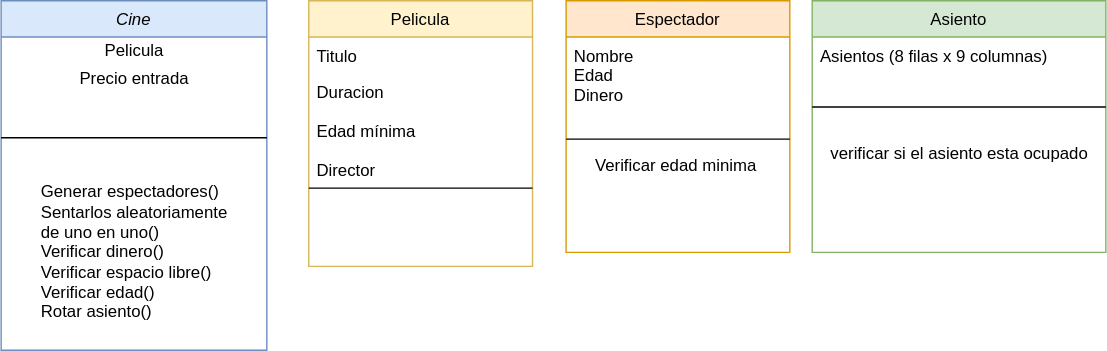
The draw.io diagram Untitled Diagram.drawio.svg in AidaQ27/UN09-EQUIPO6, before a commit. Source tidied: cells renumbered, new cells last; positions are measured from the earlier drawing's top-left corner, leaving out a move shared by most shapes.
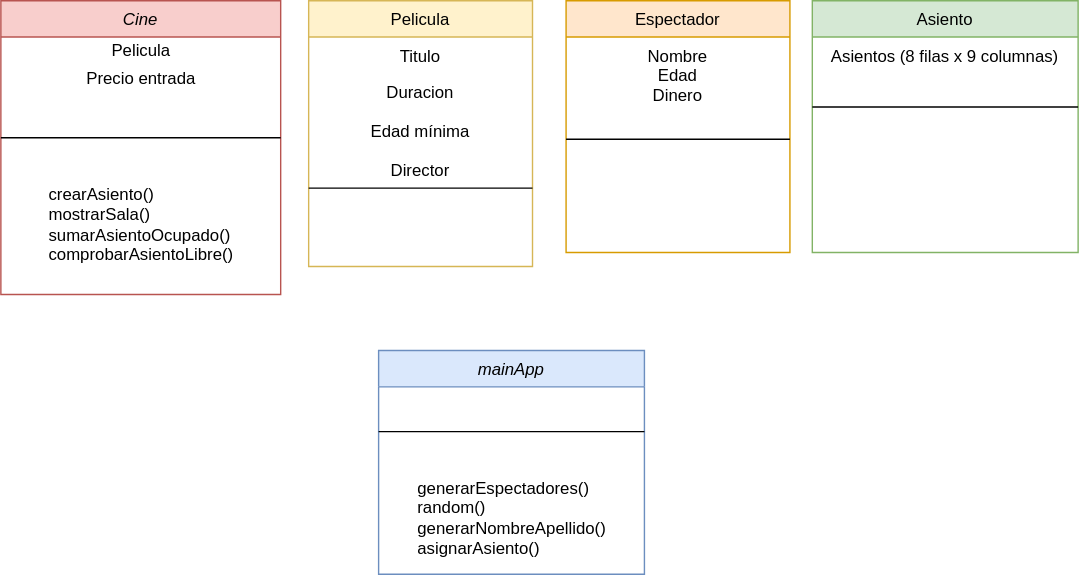
The same file after the commit.

What changed in the source:
```diff
@@ -2,28 +2,28 @@
   <root>
     <mxCell id="0" />
     <mxCell id="1" parent="0" />
-    <mxCell id="2" value="Cine" style="swimlane;fontStyle=2;align=center;verticalAlign=top;horizontal=1;startSize=26;rounded=0;shadow=0;strokeWidth=1;fillColor=#dae8fc;strokeColor=#6c8ebf;" parent="1" vertex="1">
-      <mxGeometry width="190" height="250" as="geometry" />
+    <mxCell id="2" value="Cine" style="swimlane;fontStyle=2;align=center;verticalAlign=top;horizontal=1;startSize=26;rounded=0;shadow=0;strokeWidth=1;fillColor=#f8cecc;strokeColor=#b85450;" parent="1" vertex="1">
+      <mxGeometry width="200" height="210" as="geometry" />
     </mxCell>
     <mxCell id="3" value="Pelicula" style="text;html=1;align=center;verticalAlign=middle;strokeColor=none;fillColor=none;" parent="2" vertex="1">
-      <mxGeometry y="26" width="190" height="20" as="geometry" />
+      <mxGeometry y="26" width="200" height="20" as="geometry" />
     </mxCell>
     <mxCell id="4" value="Precio entrada" style="text;html=1;align=center;verticalAlign=middle;strokeColor=none;fillColor=none;" parent="2" vertex="1">
-      <mxGeometry y="46" width="190" height="20" as="geometry" />
+      <mxGeometry y="46" width="200" height="20" as="geometry" />
     </mxCell>
     <mxCell id="5" style="line;html=1;strokeWidth=1;align=left;verticalAlign=middle;spacingTop=-1;spacingLeft=3;spacingRight=3;labelPosition=right;" parent="2" vertex="1">
-      <mxGeometry y="66" width="190" height="64" as="geometry" />
+      <mxGeometry y="66" width="200" height="64" as="geometry" />
     </mxCell>
-    <mxCell id="6" value="&lt;div style=&quot;text-align: justify&quot;&gt;&lt;span&gt;Generar espectadores()&lt;/span&gt;&lt;/div&gt;&lt;div style=&quot;text-align: justify&quot;&gt;&lt;span&gt;Sentarlos aleatoriamente&lt;/span&gt;&lt;/div&gt;&lt;div style=&quot;text-align: justify&quot;&gt;&lt;span&gt;de uno en uno()&lt;/span&gt;&lt;/div&gt;&lt;div style=&quot;text-align: justify&quot;&gt;&lt;span&gt;Verificar dinero()&lt;/span&gt;&lt;/div&gt;&lt;div style=&quot;text-align: justify&quot;&gt;&lt;span&gt;Verificar espacio libre()&lt;/span&gt;&lt;/div&gt;&lt;div style=&quot;text-align: justify&quot;&gt;&lt;span&gt;Verificar edad()&lt;/span&gt;&lt;/div&gt;&lt;div style=&quot;text-align: justify&quot;&gt;&lt;span&gt;Rotar asiento()&lt;/span&gt;&lt;/div&gt;" style="text;html=1;align=center;verticalAlign=middle;strokeColor=none;fillColor=none;" parent="2" vertex="1">
-      <mxGeometry y="130" width="190" height="100" as="geometry" />
+    <mxCell id="6" value="&lt;div style=&quot;text-align: justify&quot;&gt;crearAsiento()&lt;/div&gt;&lt;div style=&quot;text-align: justify&quot;&gt;mostrarSala()&lt;/div&gt;&lt;div style=&quot;text-align: justify&quot;&gt;sumarAsientoOcupado()&lt;/div&gt;&lt;div style=&quot;text-align: justify&quot;&gt;comprobarAsientoLibre()&lt;/div&gt;" style="text;html=1;align=center;verticalAlign=middle;strokeColor=none;fillColor=none;" parent="2" vertex="1">
+      <mxGeometry y="130" width="200" height="60" as="geometry" />
     </mxCell>
     <mxCell id="7" value="Pelicula" style="swimlane;fontStyle=0;align=center;verticalAlign=top;horizontal=1;startSize=26;rounded=0;shadow=0;strokeWidth=1;fillColor=#fff2cc;strokeColor=#d6b656;" parent="1" vertex="1">
       <mxGeometry x="220" width="160" height="190" as="geometry" />
     </mxCell>
-    <mxCell id="8" value="Titulo" style="text;align=left;verticalAlign=top;spacingLeft=4;spacingRight=4;overflow=hidden;" parent="7" vertex="1">
+    <mxCell id="8" value="Titulo" style="text;align=center;verticalAlign=top;spacingLeft=4;spacingRight=4;overflow=hidden;" parent="7" vertex="1">
       <mxGeometry y="26" width="160" height="26" as="geometry" />
     </mxCell>
-    <mxCell id="9" value="Duracion&#10;&#10;Edad mínima&#10;&#10;Director" style="text;align=left;verticalAlign=top;spacingLeft=4;spacingRight=4;overflow=hidden;rounded=0;shadow=0;html=0;" parent="7" vertex="1">
+    <mxCell id="9" value="Duracion&#10;&#10;Edad mínima&#10;&#10;Director" style="text;align=center;verticalAlign=top;spacingLeft=4;spacingRight=4;overflow=hidden;rounded=0;shadow=0;html=0;" parent="7" vertex="1">
       <mxGeometry y="52" width="160" height="78" as="geometry" />
     </mxCell>
     <mxCell id="10" style="line;html=1;strokeWidth=1;align=left;verticalAlign=middle;spacingTop=-1;spacingLeft=3;spacingRight=3;labelPosition=right;" parent="7" vertex="1">
@@ -32,26 +32,29 @@
     <mxCell id="11" value="Espectador" style="swimlane;fontStyle=0;align=center;verticalAlign=top;horizontal=1;startSize=26;rounded=0;shadow=0;strokeWidth=1;fillColor=#ffe6cc;strokeColor=#d79b00;" parent="1" vertex="1">
       <mxGeometry x="404" width="160" height="180" as="geometry" />
     </mxCell>
-    <mxCell id="12" value="Nombre&#10;Edad&#10;Dinero" style="text;align=left;verticalAlign=top;spacingLeft=4;spacingRight=4;overflow=hidden;" parent="11" vertex="1">
+    <mxCell id="12" value="Nombre&#10;Edad&#10;Dinero" style="text;align=center;verticalAlign=top;spacingLeft=4;spacingRight=4;overflow=hidden;" parent="11" vertex="1">
       <mxGeometry y="26" width="160" height="64" as="geometry" />
     </mxCell>
     <mxCell id="13" style="line;html=1;strokeWidth=1;align=left;verticalAlign=middle;spacingTop=-1;spacingLeft=3;spacingRight=3;labelPosition=right;" parent="11" vertex="1">
       <mxGeometry y="90" width="160" height="18" as="geometry" />
     </mxCell>
-    <mxCell id="14" value="Verificar edad minima&amp;nbsp;" style="text;html=1;align=center;verticalAlign=middle;strokeColor=none;fillColor=none;" parent="11" vertex="1">
-      <mxGeometry y="108" width="160" height="20" as="geometry" />
-    </mxCell>
     <mxCell id="15" value="Asiento" style="swimlane;fontStyle=0;align=center;verticalAlign=top;horizontal=1;startSize=26;rounded=0;shadow=0;strokeWidth=1;fillColor=#d5e8d4;strokeColor=#82b366;" parent="1" vertex="1">
-      <mxGeometry x="580" width="210" height="180" as="geometry" />
+      <mxGeometry x="580" width="190" height="180" as="geometry" />
     </mxCell>
-    <mxCell id="16" value="Asientos (8 filas x 9 columnas)" style="text;align=left;verticalAlign=top;spacingLeft=4;spacingRight=4;overflow=hidden;" parent="15" vertex="1">
-      <mxGeometry y="26" width="210" height="26" as="geometry" />
+    <mxCell id="16" value="Asientos (8 filas x 9 columnas)" style="text;align=center;verticalAlign=top;spacingLeft=4;spacingRight=4;overflow=hidden;" parent="15" vertex="1">
+      <mxGeometry y="26" width="190" height="26" as="geometry" />
     </mxCell>
     <mxCell id="17" style="line;html=1;strokeWidth=1;align=left;verticalAlign=middle;spacingTop=-1;spacingLeft=3;spacingRight=3;labelPosition=right;" parent="15" vertex="1">
-      <mxGeometry y="52" width="210" height="48" as="geometry" />
+      <mxGeometry y="52" width="190" height="48" as="geometry" />
     </mxCell>
-    <mxCell id="18" value="verificar si el asiento esta ocupado" style="text;html=1;align=center;verticalAlign=middle;strokeColor=none;fillColor=none;" parent="15" vertex="1">
-      <mxGeometry y="100" width="210" height="20" as="geometry" />
-    </mxCell>
+    <mxCell id="19" value="mainApp" style="swimlane;fontStyle=2;align=center;verticalAlign=top;horizontal=1;startSize=26;rounded=0;shadow=0;strokeWidth=1;fillColor=#dae8fc;strokeColor=#6c8ebf;" parent="1" vertex="1">
+      <mxGeometry x="270" y="250" width="190" height="160" as="geometry" />
+    </mxCell>
+    <mxCell id="20" style="line;html=1;strokeWidth=1;align=left;verticalAlign=middle;spacingTop=-1;spacingLeft=3;spacingRight=3;labelPosition=right;" parent="19" vertex="1">
+      <mxGeometry y="26" width="190" height="64" as="geometry" />
+    </mxCell>
+    <mxCell id="21" value="&lt;div style=&quot;text-align: justify&quot;&gt;generarEspectadores()&lt;/div&gt;&lt;div style=&quot;text-align: justify&quot;&gt;random()&lt;/div&gt;&lt;div style=&quot;text-align: justify&quot;&gt;generarNombreApellido()&lt;/div&gt;&lt;div style=&quot;text-align: justify&quot;&gt;asignarAsiento()&lt;/div&gt;" style="text;html=1;align=center;verticalAlign=middle;strokeColor=none;fillColor=none;" parent="19" vertex="1">
+      <mxGeometry y="90" width="190" height="60" as="geometry" />
+    </mxCell>
   </root>
 </mxGraphModel>
```
